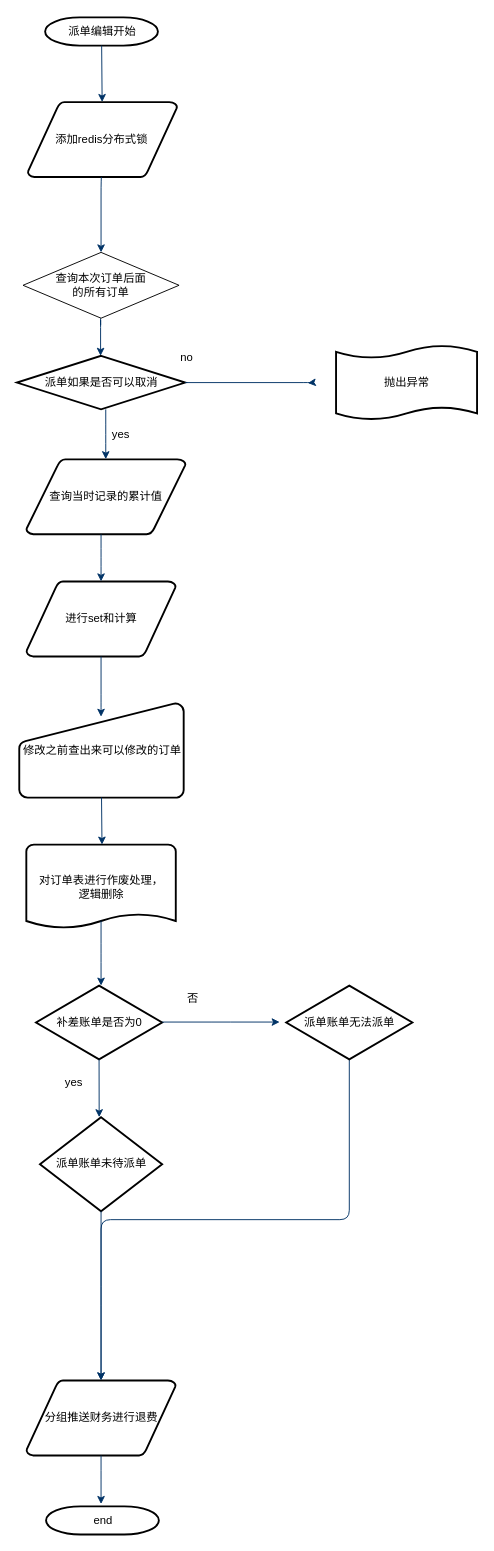
Earlier version of the draw.io diagram 未命名绘图.drawio (hz-jyq/draw). Source tidied: cells renumbered, new cells numbered last; positions are measured from the earlier drawing's top-left corner, leaving out a move shared by most shapes. Both pictures are drawn from the tidied source at 94%, with x=0, y=0 at pixel (16, 17).
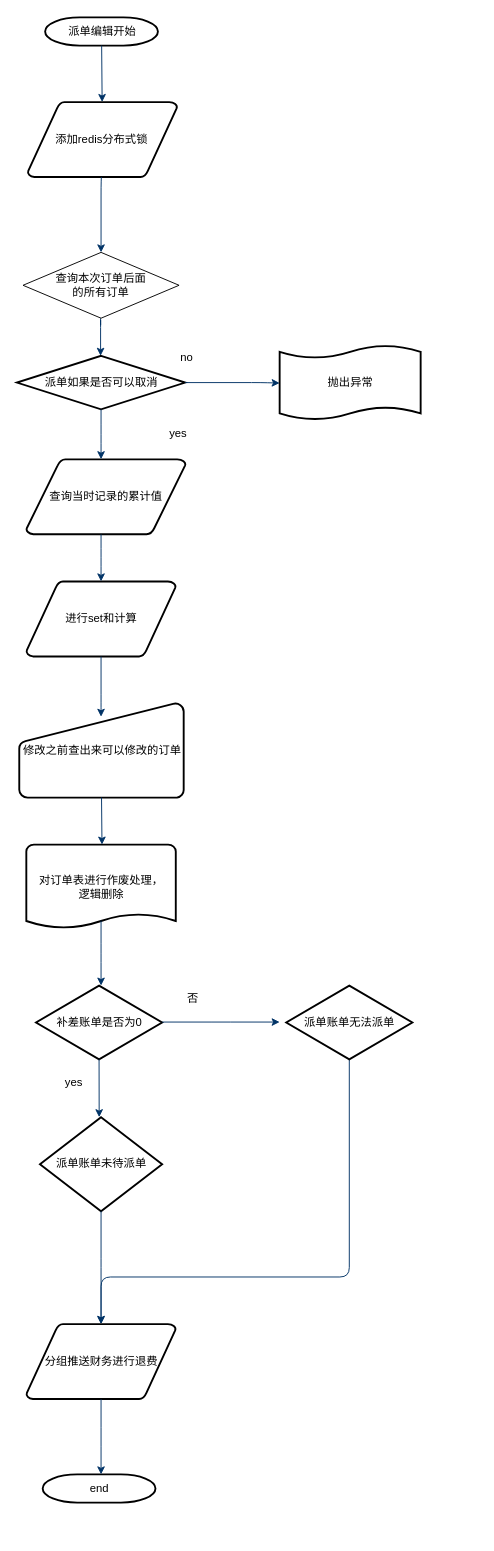
The same page after the edit.

Commit message:
更新未命名绘图.drawio

The change refers to these unchanged cells:
```xml
<mxCell id="4" value="查询当时记录的累计值" style="shape=mxgraph.flowchart.data;strokeWidth=2;gradientColor=none;gradientDirection=north;fontStyle=0;html=1;" parent="1" vertex="1">
  <mxGeometry x="10.5" y="470" width="169.5" height="80" as="geometry" />
</mxCell>
<mxCell id="5" value="派单如果是否可以取消&lt;br&gt;" style="shape=mxgraph.flowchart.decision;strokeWidth=2;gradientColor=none;gradientDirection=north;fontStyle=0;html=1;" parent="1" vertex="1">
  <mxGeometry x="0.5" y="360" width="179" height="57" as="geometry" />
</mxCell>
<mxCell id="33" value="派单账单无法派单" style="shape=mxgraph.flowchart.decision;strokeWidth=2;gradientColor=none;gradientDirection=north;fontStyle=0;html=1;" parent="1" vertex="1">
  <mxGeometry x="287" y="1030" width="134.2" height="78.5" as="geometry" />
</mxCell>
```

Diff of the diagram source:
```diff
@@
     <mxCell id="9" style="edgeStyle=elbowEdgeStyle;elbow=horizontal;exitX=1;exitY=0.5;exitPerimeter=0;fontStyle=1;strokeColor=#003366;strokeWidth=1;html=1;" parent="1" edge="1" source="5">
       <mxGeometry x="381" y="28.5" as="geometry">
-        <mxPoint x="310" y="389" as="targetPoint" />
+        <mxPoint x="280" y="389" as="targetPoint" />
         <Array as="points">
+          <mxPoint x="260" y="480" />
           <mxPoint x="315" y="360" />
         </Array>
       </mxGeometry>
     </mxCell>
     <mxCell id="10" value="yes" style="text;fontStyle=0;html=1;strokeColor=none;gradientColor=none;fillColor=none;strokeWidth=2;" parent="1" vertex="1">
-      <mxGeometry x="100" y="430" width="40" height="26" as="geometry" />
+      <mxGeometry x="161" y="429" width="40" height="26" as="geometry" />
     </mxCell>
-    <mxCell id="11" style="edgeStyle=elbowEdgeStyle;elbow=horizontal;fontColor=#001933;fontStyle=1;strokeColor=#003366;strokeWidth=1;html=1;" parent="1" edge="1" source="5" target="4">
+    <mxCell id="11" style="edgeStyle=elbowEdgeStyle;elbow=horizontal;fontColor=#001933;fontStyle=1;strokeColor=#003366;strokeWidth=1;html=1;exitX=0.5;exitY=1;exitDx=0;exitDy=0;exitPerimeter=0;" parent="1" edge="1" source="5" target="4">
       <mxGeometry as="geometry" />
     </mxCell>
@@
     <mxCell id="24" value="分组推送财务进行退费" style="shape=mxgraph.flowchart.data;strokeWidth=2;gradientColor=none;gradientDirection=north;fontStyle=0;html=1;" parent="1" vertex="1">
-      <mxGeometry x="10.5" y="1450" width="159" height="80" as="geometry" />
+      <mxGeometry x="10.5" y="1390" width="159" height="80" as="geometry" />
     </mxCell>
@@
     <mxCell id="26" style="edgeStyle=elbowEdgeStyle;elbow=vertical;exitX=0.5;exitY=1;exitPerimeter=0;entryX=0.5;entryY=0;entryPerimeter=0;fontStyle=1;strokeColor=#003366;strokeWidth=1;html=1;exitDx=0;exitDy=0;" parent="1" edge="1" source="33" target="24">
-      <mxGeometry as="geometry" />
+      <mxGeometry as="geometry">
+        <Array as="points">
+          <mxPoint x="220" y="1340" />
+        </Array>
+      </mxGeometry>
     </mxCell>
     <mxCell id="27" value="end" style="shape=mxgraph.flowchart.terminator;strokeWidth=2;gradientColor=none;gradientDirection=north;fontStyle=0;html=1;" parent="1" vertex="1">
-      <mxGeometry x="31.5" y="1584" width="120" height="30" as="geometry" />
+      <mxGeometry x="27.9" y="1550" width="120" height="30" as="geometry" />
     </mxCell>
-    <mxCell id="28" style="edgeStyle=elbowEdgeStyle;elbow=vertical;exitX=0.5;exitY=1;exitPerimeter=0;entryX=0.5;entryY=0;entryPerimeter=0;fontStyle=1;strokeColor=#003366;strokeWidth=1;html=1;" parent="1" edge="1" source="24">
+    <mxCell id="28" style="edgeStyle=elbowEdgeStyle;elbow=vertical;exitX=0.5;exitY=1;exitPerimeter=0;fontStyle=1;strokeColor=#003366;strokeWidth=1;html=1;" parent="1" edge="1" source="24">
       <mxGeometry as="geometry">
-        <mxPoint x="90" y="1581.5" as="targetPoint" />
+        <mxPoint x="90" y="1550" as="targetPoint" />
       </mxGeometry>
     </mxCell>
     <mxCell id="29" value="抛出异常" style="shape=mxgraph.flowchart.paper_tape;strokeWidth=2;gradientColor=none;gradientDirection=north;fontStyle=0;html=1;" parent="1" vertex="1">
-      <mxGeometry x="340" y="348" width="150" height="81" as="geometry" />
+      <mxGeometry x="280" y="348" width="150" height="81" as="geometry" />
     </mxCell>
```
